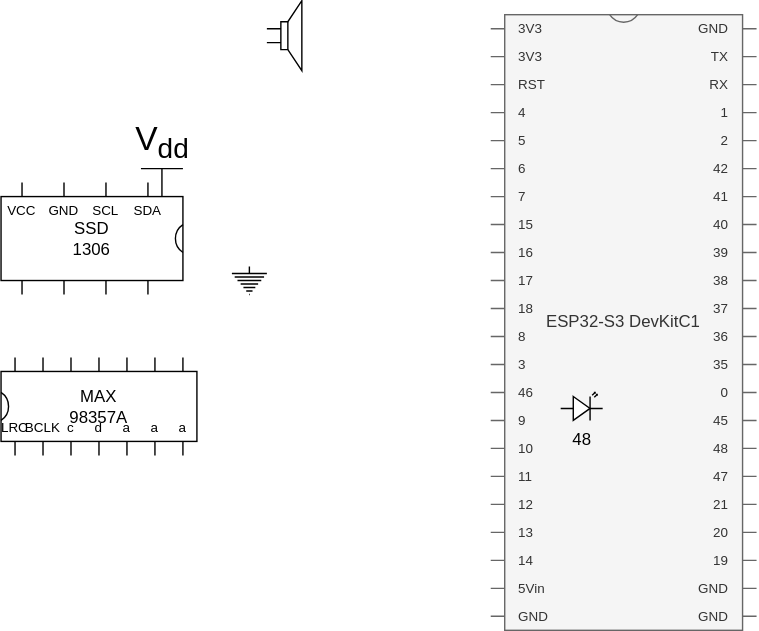
Above: doc/connections.drawio.svg in quillgen/esp32-agent (draw.io), before the change. Source tidied: cells renumbered, new cells last; positions are measured from the earlier drawing's top-left corner, leaving out a move shared by most shapes.
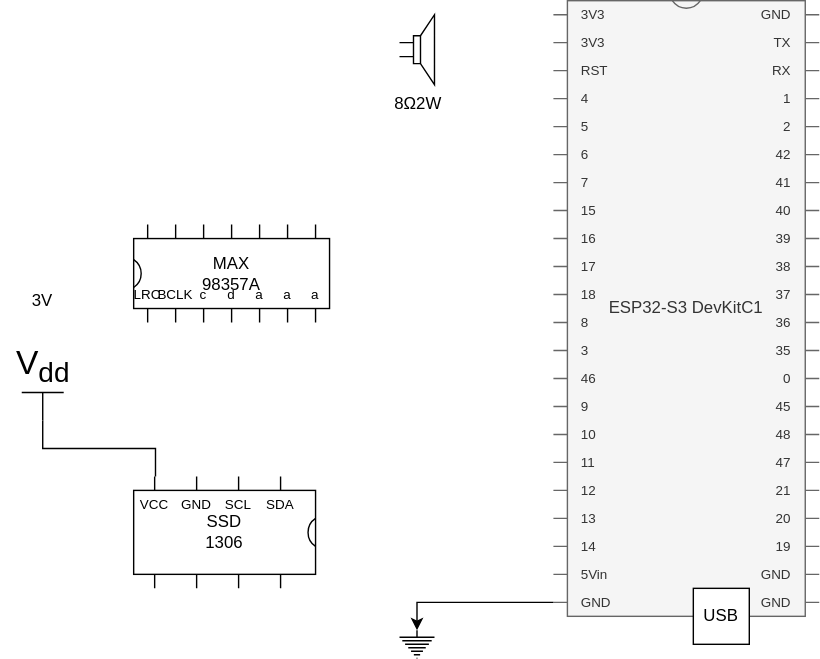
After the commit.

What changed in the source:
```diff
@@ -2,26 +2,44 @@
   <root>
     <mxCell id="0" />
     <mxCell id="1" parent="0" />
-    <mxCell id="2" value="ESP32-S3 DevKitC1" style="shadow=0;dashed=0;align=center;html=1;strokeWidth=1;shape=mxgraph.electrical.logic_gates.dual_inline_ic;labelNames=3V3,3V3,RST,4,5,6,7,15,16,17,18,8,3,46,9,10,11,12,13,14,5Vin,GND,GND,GND,19,20,21,47,48,45,0,35,36,37,38,39,40,41,42,2,1,RX,TX,GND;whiteSpace=wrap;fillColor=#f5f5f5;fontColor=#333333;strokeColor=#666666;pinLabelType=cust;labelCount=44;fixDash=0;noLabel=0;" parent="1" vertex="1">
-      <mxGeometry x="350" y="10" width="190" height="440" as="geometry" />
-    </mxCell>
     <mxCell id="3" value="MAX&lt;div&gt;98357A&lt;/div&gt;" style="shadow=0;dashed=0;align=center;html=1;strokeWidth=1;shape=mxgraph.electrical.logic_gates.dual_inline_ic;labelNames=LRC,BCLK,c,d,a,a,a;whiteSpace=wrap;labelCount=7;startPin=w;pinLabelType=cust;strokeColor=default;" parent="1" vertex="1">
-      <mxGeometry y="255" width="140" height="70" as="geometry" />
+      <mxGeometry x="70" y="160" width="140" height="70" as="geometry" />
     </mxCell>
     <mxCell id="4" value="SSD&lt;div&gt;1306&lt;/div&gt;" style="shadow=0;dashed=0;align=center;html=1;strokeWidth=1;shape=mxgraph.electrical.logic_gates.dual_inline_ic;labelNames=SDA,SCL,GND,VCC;whiteSpace=wrap;labelCount=4;pinLabelType=cust;pinSpacing=30;startPin=e;noLabel=0;pinStyle=line;points=[[0.12,0,0,0,0],[0.35,0,0,0,0],[0.58,0,0,0,0],[0.81,0,0,0,0]];" parent="1" vertex="1">
-      <mxGeometry y="130" width="130" height="80" as="geometry" />
+      <mxGeometry x="70" y="340" width="130" height="80" as="geometry" />
     </mxCell>
-    <mxCell id="5" style="verticalLabelPosition=bottom;shadow=0;dashed=0;align=center;html=1;verticalAlign=top;shape=mxgraph.electrical.electro-mechanical.loudspeaker;" parent="1" vertex="1">
-      <mxGeometry x="190" width="25" height="50" as="geometry" />
+    <mxCell id="5" value="8Ω2W" style="verticalLabelPosition=bottom;shadow=0;dashed=0;align=center;html=1;verticalAlign=top;shape=mxgraph.electrical.electro-mechanical.loudspeaker;" parent="1" vertex="1">
+      <mxGeometry x="260" y="10" width="25" height="50" as="geometry" />
     </mxCell>
-    <mxCell id="6" value="48" style="verticalLabelPosition=bottom;shadow=0;dashed=0;align=center;html=1;verticalAlign=top;shape=mxgraph.electrical.opto_electronics.led_2;" parent="1" vertex="1">
-      <mxGeometry x="400" y="280" width="30" height="20" as="geometry" />
-    </mxCell>
     <mxCell id="7" value="V&lt;sub&gt;dd&lt;/sub&gt;" style="verticalLabelPosition=top;verticalAlign=bottom;shape=mxgraph.electrical.signal_sources.vdd;shadow=0;dashed=0;align=center;strokeWidth=1;fontSize=24;html=1;flipV=1;" parent="1" vertex="1">
-      <mxGeometry x="100" y="120" width="30" height="20" as="geometry" />
+      <mxGeometry x="-10" y="280" width="30" height="20" as="geometry" />
     </mxCell>
     <mxCell id="8" style="verticalLabelPosition=bottom;shadow=0;dashed=0;align=center;html=1;verticalAlign=top;shape=mxgraph.electrical.signal_sources.protective_earth;" parent="1" vertex="1">
-      <mxGeometry x="165" y="190" width="25" height="20" as="geometry" />
+      <mxGeometry x="260" y="450" width="25" height="20" as="geometry" />
     </mxCell>
+    <mxCell id="9" style="group;" parent="1" vertex="1">
+      <mxGeometry x="370" width="190" height="450" as="geometry" />
+    </mxCell>
+    <mxCell id="6" value="48" style="verticalLabelPosition=bottom;shadow=0;dashed=0;align=center;html=1;verticalAlign=top;shape=mxgraph.electrical.opto_electronics.led_2;" parent="9" vertex="1">
+      <mxGeometry x="40" y="270" width="30" height="20" as="geometry" />
+    </mxCell>
+    <mxCell id="10" style="group;" parent="9" vertex="1">
+      <mxGeometry width="190" height="460" as="geometry" />
+    </mxCell>
+    <mxCell id="2" value="ESP32-S3 DevKitC1" style="shadow=0;dashed=0;align=center;html=1;strokeWidth=1;shape=mxgraph.electrical.logic_gates.dual_inline_ic;labelNames=3V3,3V3,RST,4,5,6,7,15,16,17,18,8,3,46,9,10,11,12,13,14,5Vin,GND,GND,GND,19,20,21,47,48,45,0,35,36,37,38,39,40,41,42,2,1,RX,TX,GND;whiteSpace=wrap;fillColor=#f5f5f5;fontColor=#333333;strokeColor=#666666;pinLabelType=cust;labelCount=44;fixDash=0;noLabel=0;" parent="10" vertex="1">
+      <mxGeometry width="190" height="440" as="geometry" />
+    </mxCell>
+    <mxCell id="11" value="USB" style="rounded=0;whiteSpace=wrap;html=1;" parent="10" vertex="1">
+      <mxGeometry x="100" y="420" width="40" height="40" as="geometry" />
+    </mxCell>
+    <mxCell id="12" value="3V" style="text;html=1;align=center;verticalAlign=middle;whiteSpace=wrap;rounded=0;" parent="1" vertex="1">
+      <mxGeometry x="-25" y="200" width="60" height="30" as="geometry" />
+    </mxCell>
+    <mxCell id="13" style="edgeStyle=orthogonalEdgeStyle;rounded=0;jettySize=auto;html=1;exitX=0;exitY=0;exitDx=0;exitDy=430;exitPerimeter=0;entryX=0.5;entryY=0;entryDx=0;entryDy=0;entryPerimeter=0;" parent="1" edge="1" source="2" target="8">
+      <mxGeometry relative="1" as="geometry" />
+    </mxCell>
+    <mxCell id="14" style="edgeStyle=orthogonalEdgeStyle;rounded=0;jettySize=auto;html=1;exitX=0.5;exitY=0;exitDx=0;exitDy=0;exitPerimeter=0;entryX=0.12;entryY=0;entryDx=0;entryDy=0;entryPerimeter=0;endArrow=none;startFill=0;" parent="1" edge="1" source="7" target="4">
+      <mxGeometry relative="1" as="geometry" />
+    </mxCell>
   </root>
 </mxGraphModel>
```
